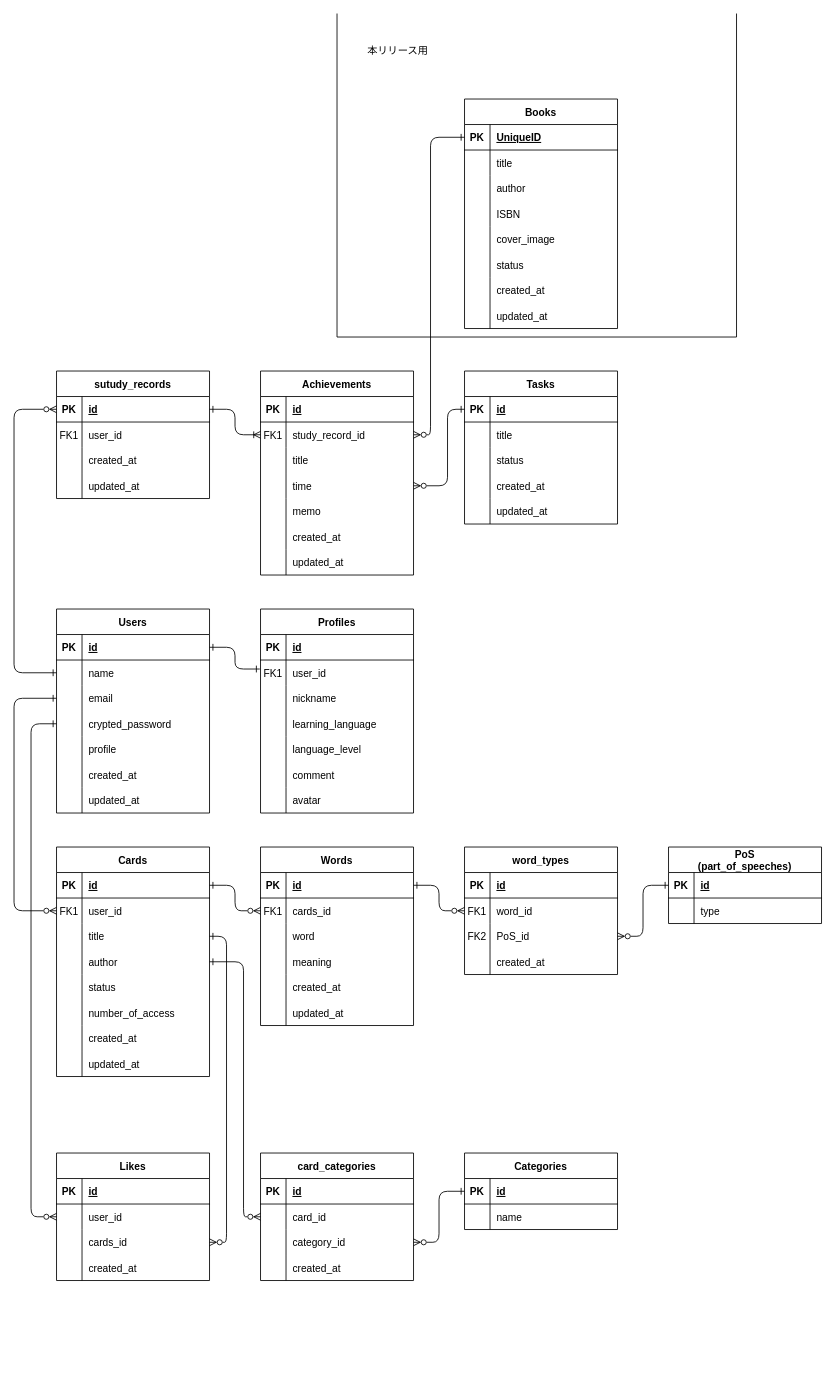
TaikiSakai/linGuardia keeps this draw.io diagram as table.drawio. Above is the earlier version. Source tidied: cells renumbered, new cells numbered last; positions are measured from the earlier drawing's top-left corner, leaving out a move shared by most shapes. Both pictures are drawn from the tidied source at 85%, with x=0, y=0 at pixel (14, 14).
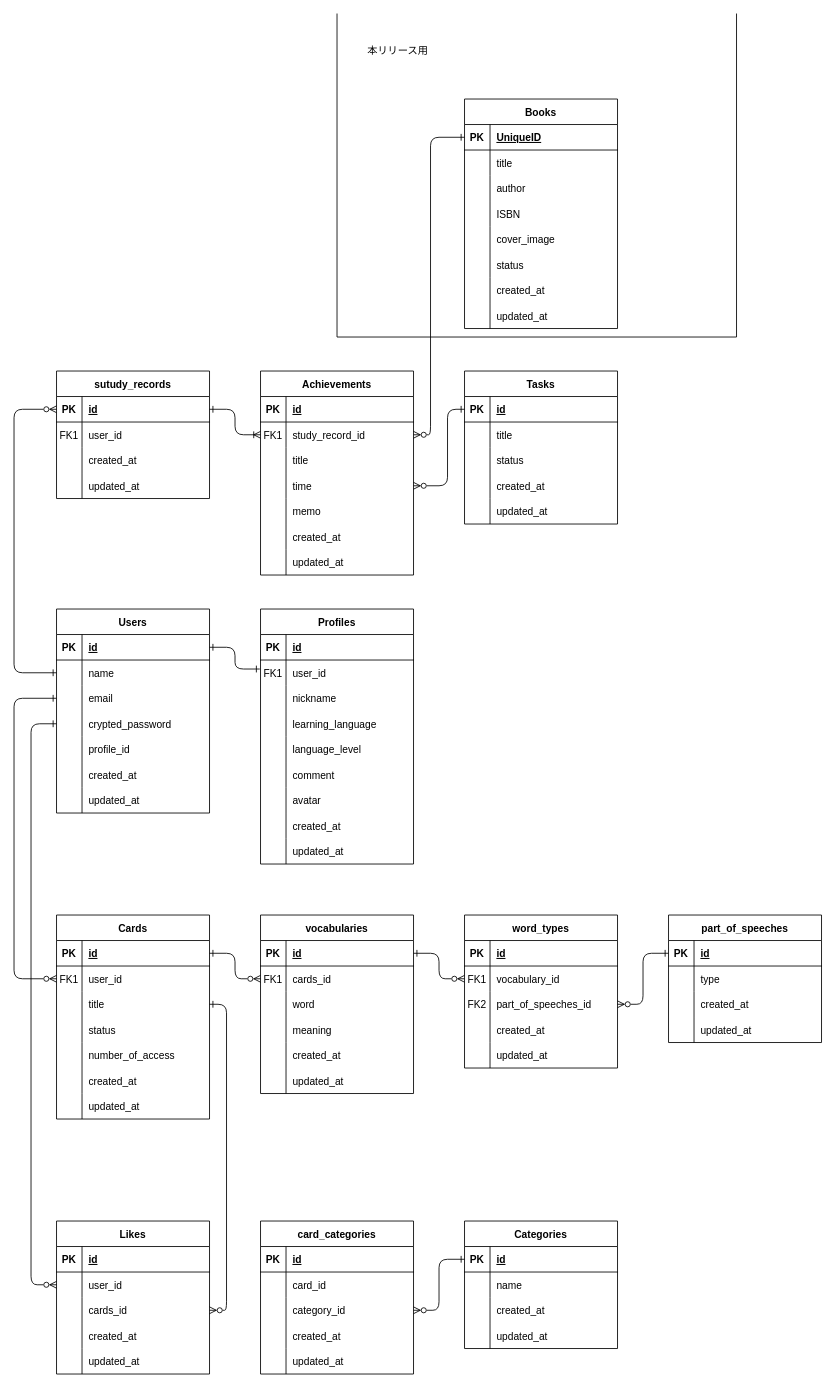
After the change.

The change refers to these unchanged cells:
```xml
<mxCell id="15" style="shape=tableRow;horizontal=0;startSize=0;swimlaneHead=0;swimlaneBody=0;fillColor=none;top=0;left=0;right=0;bottom=0;" parent="2" vertex="1">
  <mxGeometry y="150" width="180" height="30" as="geometry" />
</mxCell>
<mxCell id="53" style="shape=tableRow;horizontal=0;startSize=0;swimlaneHead=0;swimlaneBody=0;fillColor=none;points=[[0,0.5],[1,0.5]];portConstraint=eastwest;top=0;left=0;right=0;bottom=0;" parent="46" vertex="1">
  <mxGeometry y="90" width="180" height="30" as="geometry" />
</mxCell>
<mxCell id="101" style="shape=tableRow;horizontal=0;startSize=0;swimlaneHead=0;swimlaneBody=0;fillColor=none;points=[[0,0.5],[1,0.5]];portConstraint=eastwest;top=0;left=0;right=0;bottom=0;" parent="97" vertex="1">
  <mxGeometry y="60" width="180" height="30" as="geometry" />
</mxCell>
<mxCell id="104" style="shape=tableRow;horizontal=0;startSize=0;swimlaneHead=0;swimlaneBody=0;fillColor=none;points=[[0,0.5],[1,0.5]];portConstraint=eastwest;top=0;left=0;right=0;bottom=0;" parent="97" vertex="1">
  <mxGeometry y="90" width="180" height="30" as="geometry" />
</mxCell>
<mxCell id="176" style="shape=tableRow;horizontal=0;startSize=0;swimlaneHead=0;swimlaneBody=0;fillColor=none;points=[[0,0.5],[1,0.5]];portConstraint=eastwest;top=0;left=0;right=0;bottom=0;" parent="169" vertex="1">
  <mxGeometry y="90" width="180" height="30" as="geometry" />
</mxCell>
<mxCell id="221" style="shape=tableRow;horizontal=0;startSize=0;swimlaneHead=0;swimlaneBody=0;fillColor=none;points=[[0,0.5],[1,0.5]];portConstraint=eastwest;top=0;left=0;right=0;bottom=0;" parent="217" vertex="1">
  <mxGeometry y="60" width="180" height="30" as="geometry" />
</mxCell>
```

Change to the diagram source:
```diff
@@
-    <mxCell id="17" value="profile" style="shape=partialRectangle;fillColor=none;top=0;left=0;bottom=0;right=0;align=left;spacingLeft=6;overflow=hidden;" parent="15" vertex="1">
+    <mxCell id="17" value="profile_id" style="shape=partialRectangle;fillColor=none;top=0;left=0;bottom=0;right=0;align=left;spacingLeft=6;overflow=hidden;" parent="15" vertex="1">
       <mxGeometry x="30" width="150" height="30" as="geometry" />
     </mxCell>
@@
     <mxCell id="24" value="Profiles" style="shape=table;startSize=30;childLayout=tableLayout;rowLines=0;fontStyle=1;align=center;" parent="1" vertex="1">
-      <mxGeometry x="290" y="700" width="180" height="240" as="geometry" />
+      <mxGeometry x="290" y="700" width="180" height="300" as="geometry" />
     </mxCell>
@@
+    <mxCell id="234" style="shape=tableRow;horizontal=0;startSize=0;swimlaneHead=0;swimlaneBody=0;fillColor=none;top=0;left=0;right=0;bottom=0;" parent="24" vertex="1">
+      <mxGeometry y="240" width="180" height="30" as="geometry" />
+    </mxCell>
+    <mxCell id="235" style="shape=partialRectangle;fillColor=none;top=0;left=0;bottom=0;right=0;overflow=hidden;" parent="234" vertex="1">
+      <mxGeometry width="30" height="30" as="geometry" />
+    </mxCell>
+    <mxCell id="236" value="created_at" style="shape=partialRectangle;fillColor=none;top=0;left=0;bottom=0;right=0;align=left;spacingLeft=6;overflow=hidden;" parent="234" vertex="1">
+      <mxGeometry x="30" width="150" height="30" as="geometry" />
+    </mxCell>
+    <mxCell id="237" style="shape=tableRow;horizontal=0;startSize=0;swimlaneHead=0;swimlaneBody=0;fillColor=none;top=0;left=0;right=0;bottom=0;" parent="24" vertex="1">
+      <mxGeometry y="270" width="180" height="30" as="geometry" />
+    </mxCell>
+    <mxCell id="238" style="shape=partialRectangle;fillColor=none;top=0;left=0;bottom=0;right=0;overflow=hidden;" parent="237" vertex="1">
+      <mxGeometry width="30" height="30" as="geometry" />
+    </mxCell>
+    <mxCell id="239" value="updated_at" style="shape=partialRectangle;fillColor=none;top=0;left=0;bottom=0;right=0;align=left;spacingLeft=6;overflow=hidden;" parent="237" vertex="1">
+      <mxGeometry x="30" width="150" height="30" as="geometry" />
+    </mxCell>
     <mxCell id="46" value="Cards" style="shape=table;startSize=30;childLayout=tableLayout;rowLines=0;fontStyle=1;align=center;" parent="1" vertex="1">
-      <mxGeometry x="50" y="980" width="180" height="270" as="geometry" />
+      <mxGeometry x="50" y="1060" width="180" height="240" as="geometry" />
     </mxCell>
@@
-    <mxCell id="56" style="shape=tableRow;horizontal=0;startSize=0;swimlaneHead=0;swimlaneBody=0;fillColor=none;points=[[0,0.5],[1,0.5]];portConstraint=eastwest;top=0;left=0;right=0;bottom=0;" parent="46" vertex="1">
-      <mxGeometry y="120" width="180" height="30" as="geometry" />
-    </mxCell>
-    <mxCell id="57" style="shape=partialRectangle;fillColor=none;top=0;left=0;bottom=0;right=0;overflow=hidden;" parent="56" vertex="1">
-      <mxGeometry width="30" height="30" as="geometry" />
-    </mxCell>
-    <mxCell id="58" value="author" style="shape=partialRectangle;fillColor=none;top=0;left=0;bottom=0;right=0;align=left;spacingLeft=6;overflow=hidden;" parent="56" vertex="1">
-      <mxGeometry x="30" width="150" height="30" as="geometry" />
-    </mxCell>
     <mxCell id="59" style="shape=tableRow;horizontal=0;startSize=0;swimlaneHead=0;swimlaneBody=0;fillColor=none;top=0;left=0;right=0;bottom=0;" parent="46" vertex="1">
-      <mxGeometry y="150" width="180" height="30" as="geometry" />
+      <mxGeometry y="120" width="180" height="30" as="geometry" />
     </mxCell>
@@
     <mxCell id="62" style="shape=tableRow;horizontal=0;startSize=0;swimlaneHead=0;swimlaneBody=0;fillColor=none;top=0;left=0;right=0;bottom=0;" parent="46" vertex="1">
-      <mxGeometry y="180" width="180" height="30" as="geometry" />
+      <mxGeometry y="150" width="180" height="30" as="geometry" />
     </mxCell>
@@
     <mxCell id="65" style="shape=tableRow;horizontal=0;startSize=0;swimlaneHead=0;swimlaneBody=0;fillColor=none;top=0;left=0;right=0;bottom=0;" parent="46" vertex="1">
-      <mxGeometry y="210" width="180" height="30" as="geometry" />
+      <mxGeometry y="180" width="180" height="30" as="geometry" />
     </mxCell>
@@
     <mxCell id="68" style="shape=tableRow;horizontal=0;startSize=0;swimlaneHead=0;swimlaneBody=0;fillColor=none;top=0;left=0;right=0;bottom=0;" parent="46" vertex="1">
-      <mxGeometry y="240" width="180" height="30" as="geometry" />
+      <mxGeometry y="210" width="180" height="30" as="geometry" />
     </mxCell>
@@
-    <mxCell id="71" value="PoS&#10;(part_of_speeches)" style="shape=table;startSize=30;childLayout=tableLayout;rowLines=0;fontStyle=1;align=center;" parent="1" vertex="1">
-      <mxGeometry x="770" y="980" width="180" height="90" as="geometry" />
+    <mxCell id="71" value="part_of_speeches" style="shape=table;startSize=30;childLayout=tableLayout;rowLines=0;fontStyle=1;align=center;" parent="1" vertex="1">
+      <mxGeometry x="770" y="1060" width="180" height="150" as="geometry" />
     </mxCell>
@@
+    <mxCell id="240" style="shape=tableRow;horizontal=0;startSize=0;swimlaneHead=0;swimlaneBody=0;fillColor=none;top=0;left=0;right=0;bottom=0;" parent="71" vertex="1">
+      <mxGeometry y="90" width="180" height="30" as="geometry" />
+    </mxCell>
+    <mxCell id="241" style="shape=partialRectangle;fillColor=none;top=0;left=0;bottom=0;right=0;overflow=hidden;" parent="240" vertex="1">
+      <mxGeometry width="30" height="30" as="geometry" />
+    </mxCell>
+    <mxCell id="242" value="created_at" style="shape=partialRectangle;fillColor=none;top=0;left=0;bottom=0;right=0;align=left;spacingLeft=6;overflow=hidden;" parent="240" vertex="1">
+      <mxGeometry x="30" width="150" height="30" as="geometry" />
+    </mxCell>
+    <mxCell id="243" style="shape=tableRow;horizontal=0;startSize=0;swimlaneHead=0;swimlaneBody=0;fillColor=none;top=0;left=0;right=0;bottom=0;" parent="71" vertex="1">
+      <mxGeometry y="120" width="180" height="30" as="geometry" />
+    </mxCell>
+    <mxCell id="244" style="shape=partialRectangle;fillColor=none;top=0;left=0;bottom=0;right=0;overflow=hidden;" parent="243" vertex="1">
+      <mxGeometry width="30" height="30" as="geometry" />
+    </mxCell>
+    <mxCell id="245" value="updated_at" style="shape=partialRectangle;fillColor=none;top=0;left=0;bottom=0;right=0;align=left;spacingLeft=6;overflow=hidden;" parent="243" vertex="1">
+      <mxGeometry x="30" width="150" height="30" as="geometry" />
+    </mxCell>
-    <mxCell id="78" value="Words" style="shape=table;startSize=30;childLayout=tableLayout;rowLines=0;fontStyle=1;align=center;" parent="1" vertex="1">
-      <mxGeometry x="290" y="980" width="180" height="210" as="geometry" />
+    <mxCell id="78" value="vocabularies" style="shape=table;startSize=30;childLayout=tableLayout;rowLines=0;fontStyle=1;align=center;" parent="1" vertex="1">
+      <mxGeometry x="290" y="1060" width="180" height="210" as="geometry" />
     </mxCell>
@@
     <mxCell id="97" value="word_types" style="shape=table;startSize=30;childLayout=tableLayout;rowLines=0;fontStyle=1;align=center;" parent="1" vertex="1">
-      <mxGeometry x="530" y="980" width="180" height="150" as="geometry" />
+      <mxGeometry x="530" y="1060" width="180" height="180" as="geometry" />
     </mxCell>
@@
-    <mxCell id="103" value="word_id" style="shape=partialRectangle;fillColor=none;top=0;left=0;bottom=0;right=0;align=left;spacingLeft=6;overflow=hidden;" parent="101" vertex="1">
+    <mxCell id="103" value="vocabulary_id" style="shape=partialRectangle;fillColor=none;top=0;left=0;bottom=0;right=0;align=left;spacingLeft=6;overflow=hidden;" parent="101" vertex="1">
       <mxGeometry x="30" width="150" height="30" as="geometry" />
     </mxCell>
@@
-    <mxCell id="106" value="PoS_id" style="shape=partialRectangle;fillColor=none;top=0;left=0;bottom=0;right=0;align=left;spacingLeft=6;overflow=hidden;" parent="104" vertex="1">
+    <mxCell id="106" value="part_of_speeches_id" style="shape=partialRectangle;fillColor=none;top=0;left=0;bottom=0;right=0;align=left;spacingLeft=6;overflow=hidden;" parent="104" vertex="1">
       <mxGeometry x="30" width="150" height="30" as="geometry" />
     </mxCell>
@@
+    <mxCell id="246" style="shape=tableRow;horizontal=0;startSize=0;swimlaneHead=0;swimlaneBody=0;fillColor=none;top=0;left=0;right=0;bottom=0;" parent="97" vertex="1">
+      <mxGeometry y="150" width="180" height="30" as="geometry" />
+    </mxCell>
+    <mxCell id="247" style="shape=partialRectangle;fillColor=none;top=0;left=0;bottom=0;right=0;overflow=hidden;" parent="246" vertex="1">
+      <mxGeometry width="30" height="30" as="geometry" />
+    </mxCell>
+    <mxCell id="248" value="updated_at" style="shape=partialRectangle;fillColor=none;top=0;left=0;bottom=0;right=0;align=left;spacingLeft=6;overflow=hidden;" parent="246" vertex="1">
+      <mxGeometry x="30" width="150" height="30" as="geometry" />
+    </mxCell>
@@
     <mxCell id="169" value="Likes" style="shape=table;startSize=30;childLayout=tableLayout;rowLines=0;fontStyle=1;align=center;" parent="1" vertex="1">
-      <mxGeometry x="50" y="1340" width="180" height="150" as="geometry" />
+      <mxGeometry x="50" y="1420" width="180" height="180" as="geometry" />
     </mxCell>
@@
+    <mxCell id="249" style="shape=tableRow;horizontal=0;startSize=0;swimlaneHead=0;swimlaneBody=0;fillColor=none;top=0;left=0;right=0;bottom=0;" parent="169" vertex="1">
+      <mxGeometry y="150" width="180" height="30" as="geometry" />
+    </mxCell>
+    <mxCell id="250" style="shape=partialRectangle;fillColor=none;top=0;left=0;bottom=0;right=0;overflow=hidden;" parent="249" vertex="1">
+      <mxGeometry width="30" height="30" as="geometry" />
+    </mxCell>
+    <mxCell id="251" value="updated_at" style="shape=partialRectangle;fillColor=none;top=0;left=0;bottom=0;right=0;align=left;spacingLeft=6;overflow=hidden;" parent="249" vertex="1">
+      <mxGeometry x="30" width="150" height="30" as="geometry" />
+    </mxCell>
@@
     <mxCell id="208" value="Categories" style="shape=table;startSize=30;childLayout=tableLayout;rowLines=0;fontStyle=1;align=center;" parent="1" vertex="1">
-      <mxGeometry x="530" y="1340" width="180" height="90" as="geometry" />
+      <mxGeometry x="530" y="1420" width="180" height="150" as="geometry" />
     </mxCell>
@@
+    <mxCell id="252" style="shape=tableRow;horizontal=0;startSize=0;swimlaneHead=0;swimlaneBody=0;fillColor=none;top=0;left=0;right=0;bottom=0;" parent="208" vertex="1">
+      <mxGeometry y="90" width="180" height="30" as="geometry" />
+    </mxCell>
+    <mxCell id="253" style="shape=partialRectangle;fillColor=none;top=0;left=0;bottom=0;right=0;overflow=hidden;" parent="252" vertex="1">
+      <mxGeometry width="30" height="30" as="geometry" />
+    </mxCell>
+    <mxCell id="254" value="created_at" style="shape=partialRectangle;fillColor=none;top=0;left=0;bottom=0;right=0;align=left;spacingLeft=6;overflow=hidden;" parent="252" vertex="1">
+      <mxGeometry x="30" width="150" height="30" as="geometry" />
+    </mxCell>
+    <mxCell id="255" style="shape=tableRow;horizontal=0;startSize=0;swimlaneHead=0;swimlaneBody=0;fillColor=none;top=0;left=0;right=0;bottom=0;" parent="208" vertex="1">
+      <mxGeometry y="120" width="180" height="30" as="geometry" />
+    </mxCell>
+    <mxCell id="256" style="shape=partialRectangle;fillColor=none;top=0;left=0;bottom=0;right=0;overflow=hidden;" parent="255" vertex="1">
+      <mxGeometry width="30" height="30" as="geometry" />
+    </mxCell>
+    <mxCell id="257" value="updated_at" style="shape=partialRectangle;fillColor=none;top=0;left=0;bottom=0;right=0;align=left;spacingLeft=6;overflow=hidden;" parent="255" vertex="1">
+      <mxGeometry x="30" width="150" height="30" as="geometry" />
+    </mxCell>
@@
     <mxCell id="216" style="edgeStyle=elbowEdgeStyle;fontSize=12;html=1;endArrow=ERzeroToMany;startArrow=ERone;startFill=0;endFill=0;strokeColor=default;exitX=1;exitY=0.5;exitDx=0;exitDy=0;entryX=1;entryY=0.5;entryDx=0;entryDy=0;" parent="1" edge="1" source="53" target="176">
       <mxGeometry relative="1" as="geometry">
         <Array as="points">
-          <mxPoint x="250" y="1270" />
+          <mxPoint x="250" y="1350" />
         </Array>
       </mxGeometry>
     </mxCell>
     <mxCell id="217" value="card_categories" style="shape=table;startSize=30;childLayout=tableLayout;rowLines=0;fontStyle=1;align=center;" parent="1" vertex="1">
-      <mxGeometry x="290" y="1340" width="180" height="150" as="geometry" />
+      <mxGeometry x="290" y="1420" width="180" height="180" as="geometry" />
     </mxCell>
@@
+    <mxCell id="258" style="shape=tableRow;horizontal=0;startSize=0;swimlaneHead=0;swimlaneBody=0;fillColor=none;top=0;left=0;right=0;bottom=0;" parent="217" vertex="1">
+      <mxGeometry y="150" width="180" height="30" as="geometry" />
+    </mxCell>
+    <mxCell id="259" style="shape=partialRectangle;fillColor=none;top=0;left=0;bottom=0;right=0;overflow=hidden;" parent="258" vertex="1">
+      <mxGeometry width="30" height="30" as="geometry" />
+    </mxCell>
+    <mxCell id="260" value="updated_at" style="shape=partialRectangle;fillColor=none;top=0;left=0;bottom=0;right=0;align=left;spacingLeft=6;overflow=hidden;" parent="258" vertex="1">
+      <mxGeometry x="30" width="150" height="30" as="geometry" />
+    </mxCell>
@@
-    <mxCell id="231" style="edgeStyle=elbowEdgeStyle;html=1;exitX=0;exitY=0.5;exitDx=0;exitDy=0;startArrow=ERzeroToMany;startFill=0;endArrow=ERone;endFill=0;" parent="1" edge="1" source="221" target="56">
+    <mxCell id="231" style="edgeStyle=elbowEdgeStyle;html=1;exitX=0;exitY=0.5;exitDx=0;exitDy=0;startArrow=ERzeroToMany;startFill=0;endArrow=ERone;endFill=0;" parent="1" edge="1" source="221">
       <mxGeometry relative="1" as="geometry">
         <Array as="points">
-          <mxPoint x="270" y="1270" />
+          <mxPoint x="270" y="1350" />
         </Array>
       </mxGeometry>
     </mxCell>
```
